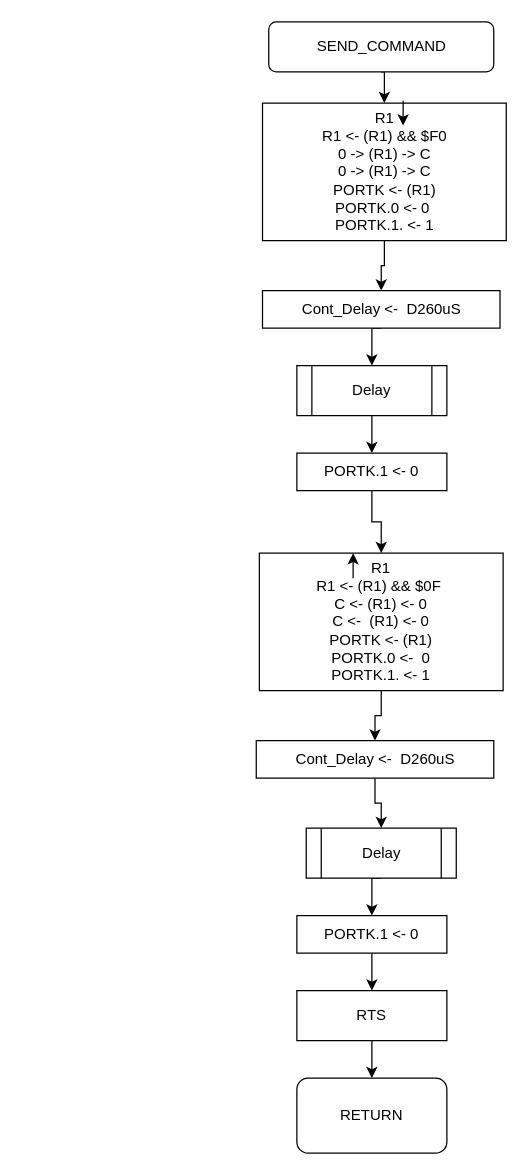
Before: 8_runmeter623/diagrams/4_send_command.drawio in brown9804/Dragon12_MC9S12DP256, a draw.io diagram. Source tidied: cells renumbered, new cells numbered last; positions are measured from the earlier drawing's top-left corner, leaving out a move shared by most shapes. Both pictures are drawn from the tidied source at 125%, with x=0, y=0 at pixel (256, 21).
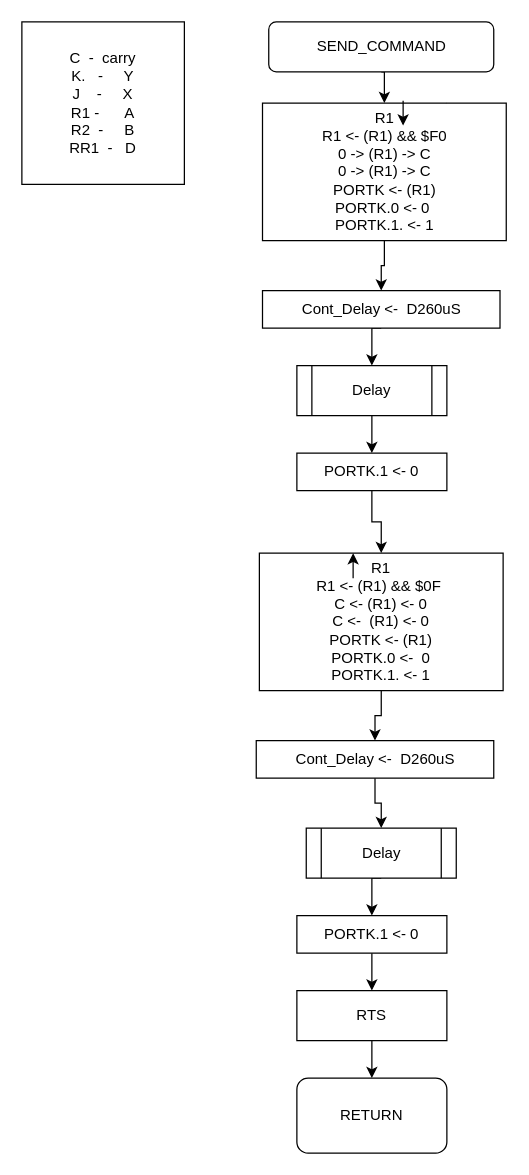
Above is the later version.

What changed in the source:
```diff
@@
+    <mxCell id="26" value="C &amp;nbsp;- &amp;nbsp;carry&lt;br&gt;K. &amp;nbsp; - &amp;nbsp; &amp;nbsp; Y&lt;br&gt;J &amp;nbsp; &amp;nbsp;- &amp;nbsp; &amp;nbsp; X&lt;br&gt;R1 - &amp;nbsp; &amp;nbsp; &amp;nbsp;A&lt;br&gt;R2 &amp;nbsp;- &amp;nbsp; &amp;nbsp; B&lt;br&gt;RR1 &amp;nbsp;- &amp;nbsp; D" style="whiteSpace=wrap;html=1;" parent="1" vertex="1">
+      <mxGeometry x="-188" width="130" height="130" as="geometry" />
+    </mxCell>
```
